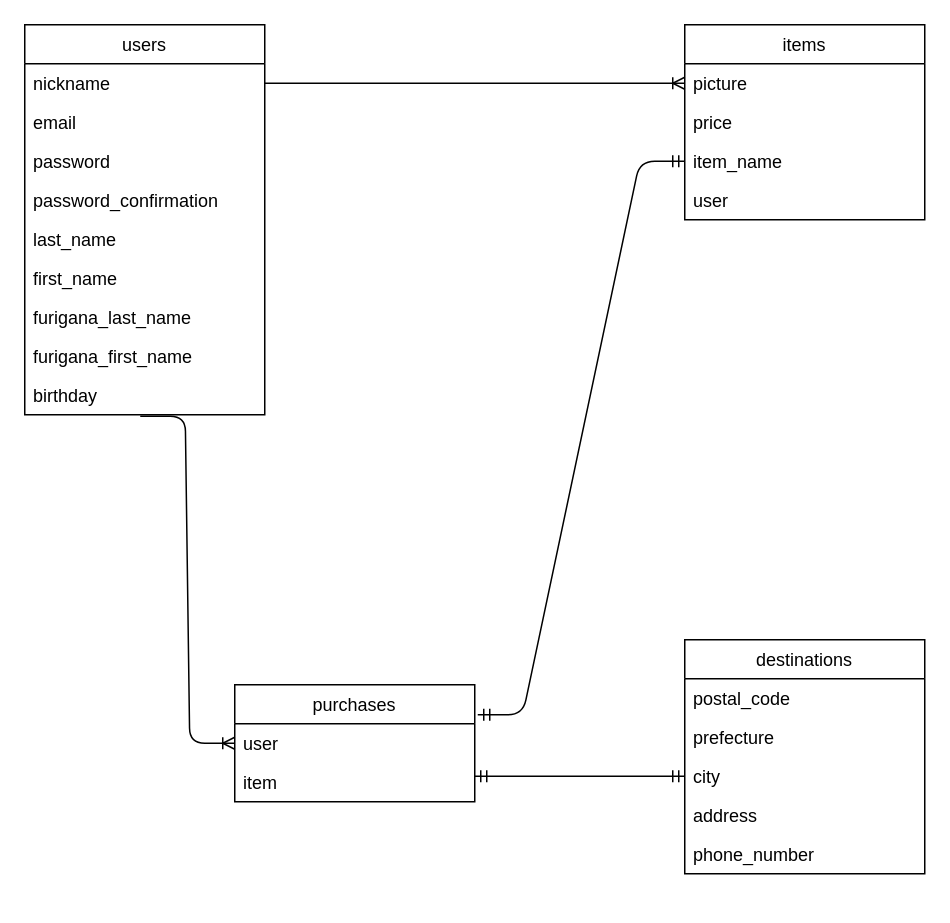
sho2020/furima-32863 keeps this draw.io diagram as furima.dio. Above is the earlier version. Source tidied: cells renumbered, new cells numbered last; positions are measured from the earlier drawing's top-left corner, leaving out a move shared by most shapes. Both pictures are drawn from the tidied source at 150%, with x=0, y=0 at pixel (24, 24).
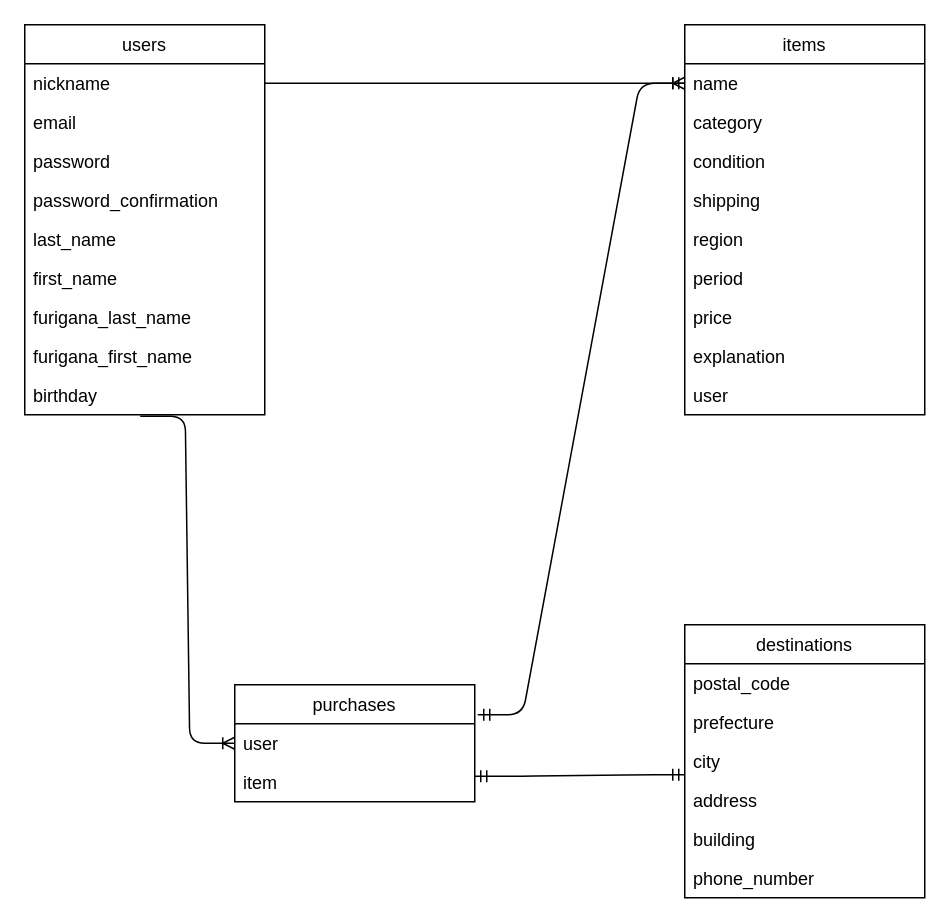
Above is the later version.

Unchanged cells that the change refers to:
```xml
<mxCell id="3" value="nickname" style="text;strokeColor=none;fillColor=none;align=left;verticalAlign=top;spacingLeft=4;spacingRight=4;overflow=hidden;points=[[0,0.5],[1,0.5]];portConstraint=eastwest;" parent="2" vertex="1">
  <mxGeometry y="26" width="160" height="26" as="geometry" />
</mxCell>
<mxCell id="15" value="city" style="text;strokeColor=none;fillColor=none;align=left;verticalAlign=top;spacingLeft=4;spacingRight=4;overflow=hidden;points=[[0,0.5],[1,0.5]];portConstraint=eastwest;" parent="12" vertex="1">
  <mxGeometry y="78" width="160" height="26" as="geometry" />
</mxCell>
```

What changed in the source:
```diff
@@
     <mxCell id="12" value="destinations" style="swimlane;fontStyle=0;horizontal=1;startSize=26;fillColor=none;" parent="1" vertex="1">
-      <mxGeometry x="440" y="410" width="160" height="156" as="geometry" />
+      <mxGeometry x="440" y="400" width="160" height="182" as="geometry" />
     </mxCell>
@@
+    <mxCell id="30" value="building" style="text;strokeColor=none;fillColor=none;align=left;verticalAlign=top;spacingLeft=4;spacingRight=4;overflow=hidden;" parent="12" vertex="1">
+      <mxGeometry y="130" width="160" height="26" as="geometry" />
+    </mxCell>
     <mxCell id="17" value="phone_number" style="text;strokeColor=none;fillColor=none;align=left;verticalAlign=top;spacingLeft=4;spacingRight=4;overflow=hidden;" parent="12" vertex="1">
-      <mxGeometry y="130" width="160" height="26" as="geometry" />
+      <mxGeometry y="156" width="160" height="26" as="geometry" />
     </mxCell>
@@
     <mxCell id="21" value="items" style="swimlane;fontStyle=0;horizontal=1;startSize=26;fillColor=none;" parent="1" vertex="1">
-      <mxGeometry x="440" width="160" height="130" as="geometry" />
+      <mxGeometry x="440" width="160" height="260" as="geometry" />
     </mxCell>
-    <mxCell id="22" value="picture" style="text;strokeColor=none;fillColor=none;align=left;verticalAlign=top;spacingLeft=4;spacingRight=4;overflow=hidden;points=[[0,0.5],[1,0.5]];portConstraint=eastwest;" parent="21" vertex="1">
-      <mxGeometry y="26" width="160" height="26" as="geometry" />
-    </mxCell>
+    <mxCell id="24" value="name" style="text;strokeColor=none;fillColor=none;align=left;verticalAlign=top;spacingLeft=4;spacingRight=4;overflow=hidden;points=[[0,0.5],[1,0.5]];portConstraint=eastwest;" parent="21" vertex="1">
+      <mxGeometry y="26" width="160" height="26" as="geometry" />
+    </mxCell>
+    <mxCell id="31" value="category" style="text;strokeColor=none;fillColor=none;align=left;verticalAlign=top;spacingLeft=4;spacingRight=4;overflow=hidden;" parent="21" vertex="1">
+      <mxGeometry y="52" width="160" height="26" as="geometry" />
+    </mxCell>
+    <mxCell id="32" value="condition" style="text;strokeColor=none;fillColor=none;align=left;verticalAlign=top;spacingLeft=4;spacingRight=4;overflow=hidden;" parent="21" vertex="1">
+      <mxGeometry y="78" width="160" height="26" as="geometry" />
+    </mxCell>
+    <mxCell id="33" value="shipping" style="text;strokeColor=none;fillColor=none;align=left;verticalAlign=top;spacingLeft=4;spacingRight=4;overflow=hidden;" parent="21" vertex="1">
+      <mxGeometry y="104" width="160" height="26" as="geometry" />
+    </mxCell>
+    <mxCell id="34" value="region" style="text;strokeColor=none;fillColor=none;align=left;verticalAlign=top;spacingLeft=4;spacingRight=4;overflow=hidden;" parent="21" vertex="1">
+      <mxGeometry y="130" width="160" height="26" as="geometry" />
+    </mxCell>
+    <mxCell id="35" value="period" style="text;strokeColor=none;fillColor=none;align=left;verticalAlign=top;spacingLeft=4;spacingRight=4;overflow=hidden;" parent="21" vertex="1">
+      <mxGeometry y="156" width="160" height="26" as="geometry" />
+    </mxCell>
     <mxCell id="23" value="price" style="text;strokeColor=none;fillColor=none;align=left;verticalAlign=top;spacingLeft=4;spacingRight=4;overflow=hidden;" parent="21" vertex="1">
-      <mxGeometry y="52" width="160" height="26" as="geometry" />
+      <mxGeometry y="182" width="160" height="26" as="geometry" />
     </mxCell>
-    <mxCell id="24" value="item_name" style="text;strokeColor=none;fillColor=none;align=left;verticalAlign=top;spacingLeft=4;spacingRight=4;overflow=hidden;points=[[0,0.5],[1,0.5]];portConstraint=eastwest;" parent="21" vertex="1">
-      <mxGeometry y="78" width="160" height="26" as="geometry" />
-    </mxCell>
+    <mxCell id="36" value="explanation" style="text;strokeColor=none;fillColor=none;align=left;verticalAlign=top;spacingLeft=4;spacingRight=4;overflow=hidden;" parent="21" vertex="1">
+      <mxGeometry y="208" width="160" height="26" as="geometry" />
+    </mxCell>
     <mxCell id="25" value="user" style="text;strokeColor=none;fillColor=none;align=left;verticalAlign=top;spacingLeft=4;spacingRight=4;overflow=hidden;" parent="21" vertex="1">
-      <mxGeometry y="104" width="160" height="26" as="geometry" />
+      <mxGeometry y="234" width="160" height="26" as="geometry" />
     </mxCell>
@@
-    <mxCell id="27" style="edgeStyle=entityRelationEdgeStyle;fontSize=12;html=1;endArrow=ERoneToMany;exitX=1;exitY=0.5;exitDx=0;exitDy=0;entryX=0;entryY=0.5;entryDx=0;entryDy=0;" parent="1" edge="1" source="3" target="22">
-      <mxGeometry relative="1" as="geometry" />
+    <mxCell id="27" style="edgeStyle=entityRelationEdgeStyle;fontSize=12;html=1;endArrow=ERoneToMany;exitX=1;exitY=0.5;exitDx=0;exitDy=0;entryX=0;entryY=0.5;entryDx=0;entryDy=0;" parent="1" edge="1" source="3">
+      <mxGeometry relative="1" as="geometry">
+        <mxPoint x="440" y="39" as="targetPoint" />
+      </mxGeometry>
     </mxCell>
@@
-    <mxCell id="29" style="edgeStyle=entityRelationEdgeStyle;fontSize=12;html=1;endArrow=ERmandOne;startArrow=ERmandOne;entryX=0;entryY=0.5;entryDx=0;entryDy=0;" parent="1" edge="1" target="15">
+    <mxCell id="29" style="edgeStyle=entityRelationEdgeStyle;fontSize=12;html=1;endArrow=ERmandOne;startArrow=ERmandOne;" parent="1" edge="1">
       <mxGeometry relative="1" as="geometry">
         <mxPoint x="300" y="501" as="sourcePoint" />
+        <mxPoint x="440" y="500" as="targetPoint" />
       </mxGeometry>
     </mxCell>
```
